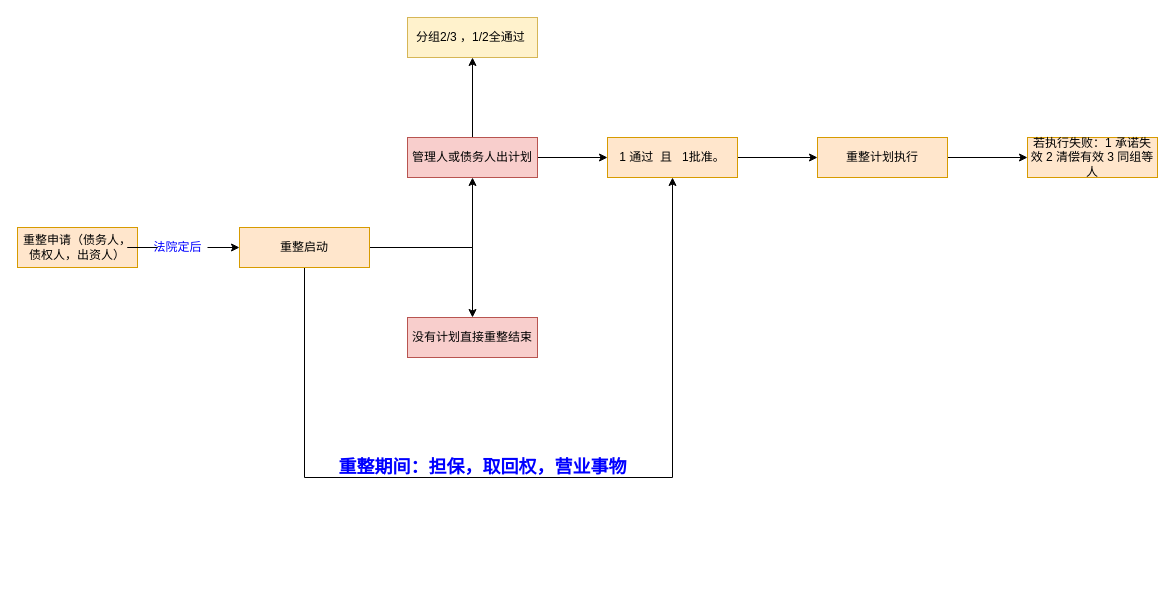
This is 流程图文件/商经知/专题5企业破产法.drawio from woshiduanli/Study, a draw.io file, before an edit. Source tidied: cells renumbered, new cells numbered last; positions are measured from the earlier drawing's top-left corner, leaving out a move shared by most shapes. Both pictures are drawn from the tidied source at 100%, with x=0, y=0 at pixel (17, 17). Pictures stored in the file or linked from it are replaced by grey dashed boxes.
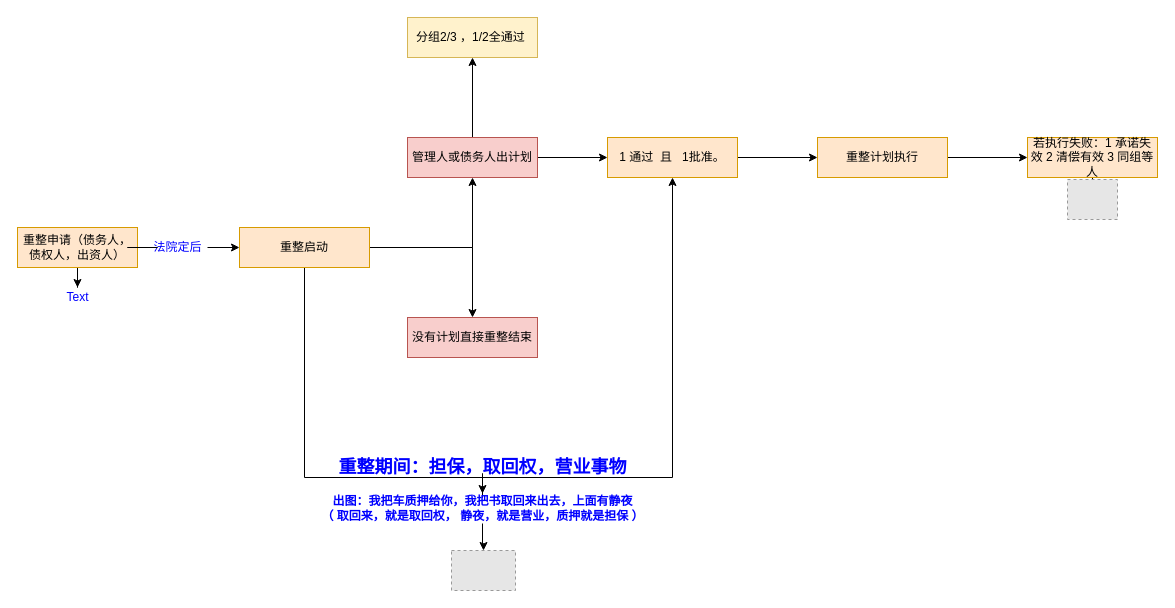
The same diagram, later.

Commit message (it also covers changes not shown here):
更新专题5企业破产法.drawio

The change refers to these unchanged cells:
```xml
<mxCell id="3" value="重整申请（债务人，债权人，出资人）" style="rounded=0;whiteSpace=wrap;html=1;fillColor=#ffe6cc;strokeColor=#d79b00;" parent="1" vertex="1">
  <mxGeometry y="210" width="120" height="40" as="geometry" />
</mxCell>
<mxCell id="19" value="若执行失败：1 承诺失效 2 清偿有效 3 同组等人" style="rounded=0;whiteSpace=wrap;html=1;fillColor=#ffe6cc;strokeColor=#d79b00;" parent="1" vertex="1">
  <mxGeometry x="1010" y="120" width="130" height="40" as="geometry" />
</mxCell>
<mxCell id="20" value="&lt;font style=&quot;font-size: 18px&quot;&gt;重整期间：担保，取回权，营业事物&lt;/font&gt;" style="text;html=1;align=center;verticalAlign=middle;points=[];strokeColor=none;fillColor=none;fontStyle=1;fontColor=#0000FF;" parent="1" vertex="1">
  <mxGeometry x="315" y="440" width="300" height="20" as="geometry" />
</mxCell>
```

Diff of the diagram source:
```diff
@@
+    <mxCell id="21" style="edgeStyle=orthogonalEdgeStyle;rounded=0;jettySize=auto;html=1;fontSize=12;fontColor=#0000FF;" parent="1" edge="1" source="3" target="26">
+      <mxGeometry relative="1" as="geometry" />
+    </mxCell>
@@
+    <mxCell id="22" style="edgeStyle=orthogonalEdgeStyle;rounded=0;jettySize=auto;html=1;fontSize=12;fontColor=#0000FF;entryX=0.5;entryY=0;entryDx=0;entryDy=0;" parent="1" edge="1" source="19" target="27">
+      <mxGeometry relative="1" as="geometry" />
+    </mxCell>
@@
+    <mxCell id="23" style="edgeStyle=orthogonalEdgeStyle;rounded=0;jettySize=auto;html=1;fontSize=18;fontColor=#0000FF;" parent="1" edge="1" source="20" target="25">
+      <mxGeometry relative="1" as="geometry" />
+    </mxCell>
@@
+    <mxCell id="24" style="edgeStyle=orthogonalEdgeStyle;rounded=0;jettySize=auto;html=1;fontSize=12;fontColor=#0000FF;entryX=0.5;entryY=0;entryDx=0;entryDy=0;" parent="1" edge="1" source="25" target="28">
+      <mxGeometry relative="1" as="geometry" />
+    </mxCell>
+    <mxCell id="25" value="出图：我把车质押给你，我把书取回来出去，上面有静夜&lt;br&gt;（ 取回来，就是取回权， 静夜，就是营业，质押就是担保 ）" style="text;html=1;align=center;verticalAlign=middle;points=[];strokeColor=none;fillColor=none;fontStyle=1;fontColor=#0000FF;fontSize=12;" parent="1" vertex="1">
+      <mxGeometry x="295" y="476" width="340" height="30" as="geometry" />
+    </mxCell>
+    <mxCell id="26" value="Text" style="text;html=1;align=center;verticalAlign=middle;points=[];strokeColor=none;fillColor=none;fontSize=12;fontColor=#0000FF;" parent="1" vertex="1">
+      <mxGeometry x="40" y="270" width="40" height="20" as="geometry" />
+    </mxCell>
+    <mxCell id="27" style="fillColor=#E6E6E6;strokeColor=#999999;dashed=1;verticalLabelPosition=bottom;verticalAlign=top;fontSize=12;fontColor=#0000FF;" parent="1" vertex="1">
+      <mxGeometry x="1050" y="162" width="50" height="40" as="geometry" />
+    </mxCell>
+    <mxCell id="28" style="fillColor=#E6E6E6;strokeColor=#999999;dashed=1;verticalLabelPosition=bottom;verticalAlign=top;fontSize=12;fontColor=#0000FF;" parent="1" vertex="1">
+      <mxGeometry x="434" y="533" width="64" height="40" as="geometry" />
+    </mxCell>
```
